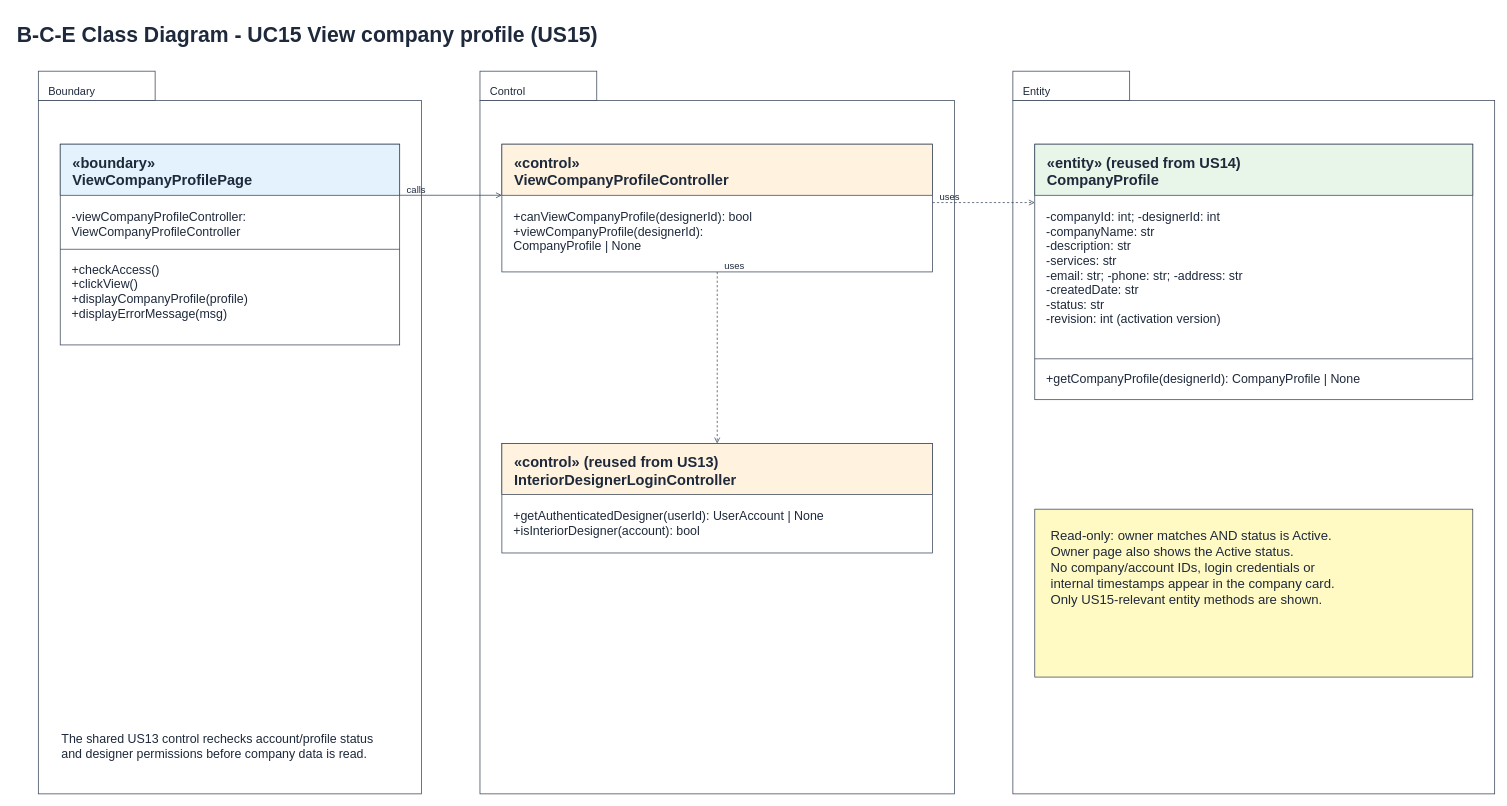
The draw.io diagram page "5 BCE Class Diagram" (6 of 7) of Sprint_2/US15 - View Company Profile/US15 View company profile.drawio in Hanzxc/CSIT314-ARCHSS, before the edit. Source tidied: cells renumbered, new cells numbered last; positions are measured from the earlier drawing's top-left corner, leaving out a move shared by most shapes. Both pictures are drawn from the tidied source at 73%, with x=0, y=0 at pixel (15, 16).
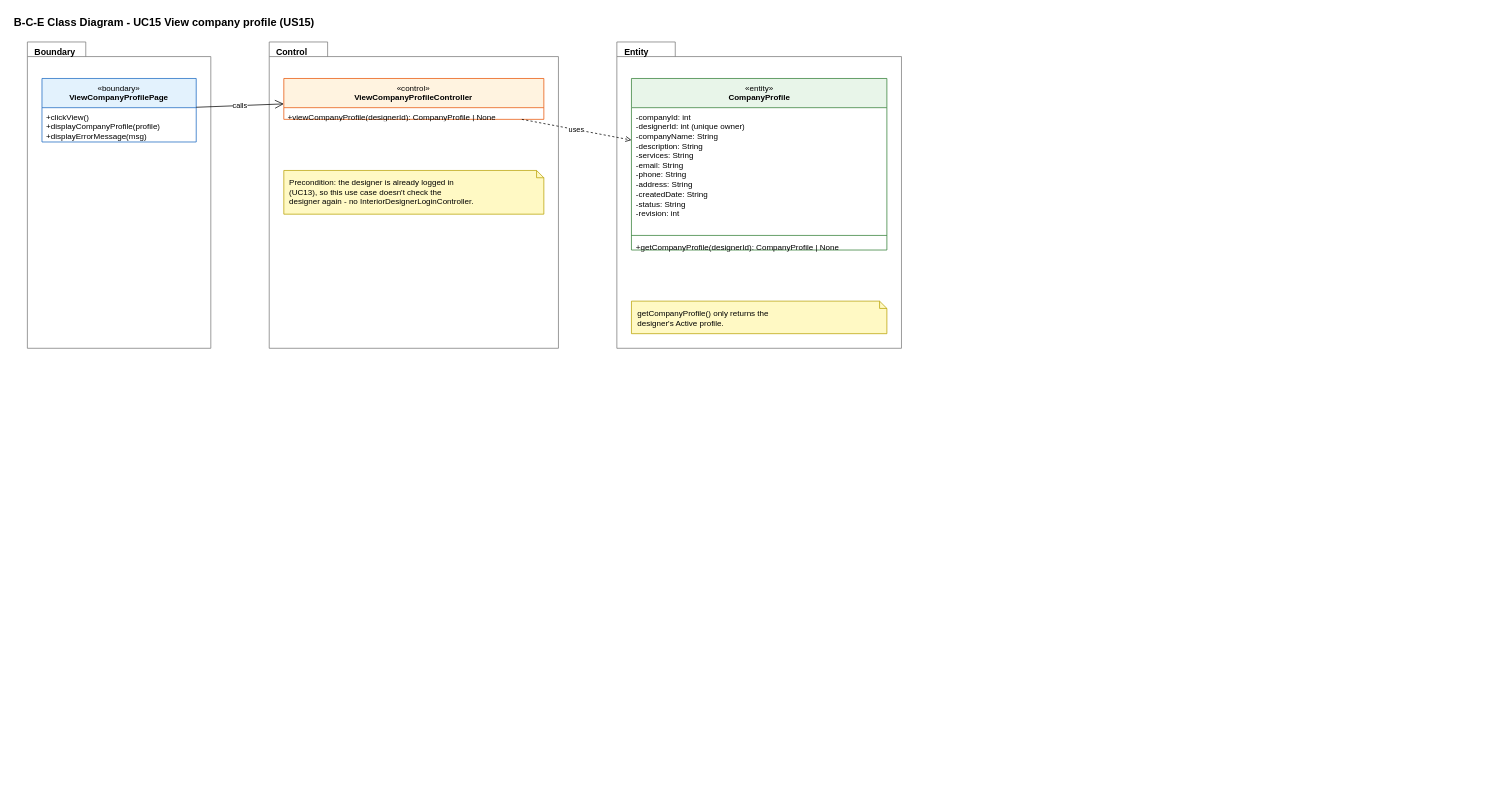
The same page after the edit.

What changed in the source:
```diff
@@
-<mxGraphModel>
+<mxGraphModel background="#FFFFFF">
@@
-    <mxCell id="2" value="B-C-E Class Diagram - UC15 View company profile (US15)" style="text;html=0;align=left;verticalAlign=top;fontSize=29;fontStyle=1;fontColor=#1e293b;" parent="1" vertex="1">
-      <mxGeometry width="900" height="36" as="geometry" />
+    <mxCell id="2" value="&lt;b&gt;B-C-E Class Diagram - UC15 View company profile (US15)&lt;/b&gt;" style="text;html=1;strokeColor=none;fillColor=none;align=left;verticalAlign=middle;whiteSpace=nowrap;fontSize=15;fontColor=#000000;" parent="1" vertex="1">
+      <mxGeometry x="-4" y="-5" width="513.3" height="24" as="geometry" />
     </mxCell>
-    <mxCell id="3" style="rounded=0;whiteSpace=wrap;fillColor=#ffffff;strokeColor=#334155;" parent="1" vertex="1">
-      <mxGeometry x="31" y="115" width="525" height="950" as="geometry" />
-    </mxCell>
-    <mxCell id="4" style="rounded=0;whiteSpace=wrap;fillColor=#ffffff;strokeColor=#334155;" parent="1" vertex="1">
-      <mxGeometry x="31" y="75" width="160" height="40" as="geometry" />
-    </mxCell>
-    <mxCell id="5" value="Boundary" style="text;html=0;align=left;verticalAlign=top;fontSize=15;fontStyle=0;fontColor=#1e293b;" parent="1" vertex="1">
-      <mxGeometry x="43" y="87" width="136" height="22" as="geometry" />
+    <mxCell id="5" value="&lt;b&gt;Boundary&lt;/b&gt;" style="shape=folder;tabWidth=80;tabHeight=20;tabPosition=left;html=1;verticalAlign=top;align=left;spacingLeft=8;spacingTop=0;fillColor=none;fontSize=12;strokeColor=#777777;fontColor=#000000;" parent="1" vertex="1">
+      <mxGeometry x="16" y="35" width="251.3" height="419.6" as="geometry" />
     </mxCell>
-    <mxCell id="6" style="rounded=0;whiteSpace=wrap;fillColor=#ffffff;strokeColor=#334155;" parent="1" vertex="1">
-      <mxGeometry x="636" y="115" width="650" height="950" as="geometry" />
-    </mxCell>
-    <mxCell id="7" style="rounded=0;whiteSpace=wrap;fillColor=#ffffff;strokeColor=#334155;" parent="1" vertex="1">
-      <mxGeometry x="636" y="75" width="160" height="40" as="geometry" />
-    </mxCell>
+    <mxCell id="14" value="«boundary»&lt;br&gt;&lt;b&gt;ViewCompanyProfilePage&lt;/b&gt;" style="swimlane;fontStyle=0;align=center;verticalAlign=top;horizontal=1;startSize=40;html=1;whiteSpace=wrap;fontSize=11;fillColor=#E3F2FD;strokeColor=#1565C0;swimlaneFillColor=#FFFFFF;fontColor=#000000;" parent="1" vertex="1">
+      <mxGeometry x="36" y="85" width="211.3" height="87" as="geometry" />
+    </mxCell>
+    <mxCell id="41" value="+clickView()&lt;br&gt;+displayCompanyProfile(profile)&lt;br&gt;+displayErrorMessage(msg)" style="text;strokeColor=none;fillColor=none;align=left;verticalAlign=top;spacingLeft=4;spacingRight=4;overflow=hidden;whiteSpace=nowrap;html=1;fontSize=11;fontColor=#000000;" parent="14" vertex="1">
+      <mxGeometry y="40" width="211.3" height="47" as="geometry" />
+    </mxCell>
-    <mxCell id="8" value="Control" style="text;html=0;align=left;verticalAlign=top;fontSize=15;fontStyle=0;fontColor=#1e293b;" parent="1" vertex="1">
-      <mxGeometry x="648" y="87" width="136" height="22" as="geometry" />
+    <mxCell id="8" value="&lt;b&gt;Control&lt;/b&gt;" style="shape=folder;tabWidth=80;tabHeight=20;tabPosition=left;html=1;verticalAlign=top;align=left;spacingLeft=8;spacingTop=0;fillColor=none;fontSize=12;strokeColor=#777777;fontColor=#000000;" parent="1" vertex="1">
+      <mxGeometry x="347.3" y="35" width="396.2" height="419.6" as="geometry" />
     </mxCell>
-    <mxCell id="9" style="rounded=0;whiteSpace=wrap;fillColor=#ffffff;strokeColor=#334155;" parent="1" vertex="1">
-      <mxGeometry x="1366" y="115" width="660" height="950" as="geometry" />
-    </mxCell>
-    <mxCell id="10" style="rounded=0;whiteSpace=wrap;fillColor=#ffffff;strokeColor=#334155;" parent="1" vertex="1">
-      <mxGeometry x="1366" y="75" width="160" height="40" as="geometry" />
-    </mxCell>
+    <mxCell id="20" value="«control»&lt;br&gt;&lt;b&gt;ViewCompanyProfileController&lt;/b&gt;" style="swimlane;fontStyle=0;align=center;verticalAlign=top;horizontal=1;startSize=40;html=1;whiteSpace=wrap;fontSize=11;fillColor=#FFF3E0;strokeColor=#E65100;swimlaneFillColor=#FFFFFF;fontColor=#000000;" parent="1" vertex="1">
+      <mxGeometry x="367.3" y="85" width="356.2" height="56" as="geometry" />
+    </mxCell>
+    <mxCell id="42" value="+viewCompanyProfile(designerId): CompanyProfile | None" style="text;strokeColor=none;fillColor=none;align=left;verticalAlign=top;spacingLeft=4;spacingRight=4;overflow=hidden;whiteSpace=nowrap;html=1;fontSize=11;fontColor=#000000;" parent="20" vertex="1">
+      <mxGeometry y="40" width="356.2" height="16" as="geometry" />
+    </mxCell>
+    <mxCell id="43" value="Precondition: the designer is already logged in&lt;br&gt;(UC13), so this use case doesn't check the&lt;br&gt;designer again - no InteriorDesignerLoginController." style="shape=note;whiteSpace=wrap;html=1;size=10;fillColor=#FFF9C4;strokeColor=#B8A100;align=left;verticalAlign=top;spacingLeft=6;spacingRight=4;spacingTop=4;fontSize=11;fontColor=#000000;" parent="1" vertex="1">
+      <mxGeometry x="367.3" y="211" width="356.2" height="59.9" as="geometry" />
+    </mxCell>
-    <mxCell id="11" value="Entity" style="text;html=0;align=left;verticalAlign=top;fontSize=15;fontStyle=0;fontColor=#1e293b;" parent="1" vertex="1">
-      <mxGeometry x="1378" y="87" width="136" height="22" as="geometry" />
+    <mxCell id="11" value="&lt;b&gt;Entity&lt;/b&gt;" style="shape=folder;tabWidth=80;tabHeight=20;tabPosition=left;html=1;verticalAlign=top;align=left;spacingLeft=8;spacingTop=0;fillColor=none;fontSize=12;strokeColor=#777777;fontColor=#000000;" parent="1" vertex="1">
+      <mxGeometry x="823.5" y="35" width="389.9" height="419.6" as="geometry" />
     </mxCell>
-    <mxCell id="12" style="rounded=0;whiteSpace=wrap;fillColor=#ffffff;strokeColor=#334155;" parent="1" vertex="1">
-      <mxGeometry x="61" y="175" width="465" height="275" as="geometry" />
-    </mxCell>
-    <mxCell id="13" style="rounded=0;whiteSpace=wrap;fillColor=#e3f2fd;strokeColor=#334155;" parent="1" vertex="1">
-      <mxGeometry x="61" y="175" width="465" height="70" as="geometry" />
-    </mxCell>
-    <mxCell id="14" value="«boundary»&#10;ViewCompanyProfilePage" style="text;html=0;align=left;verticalAlign=top;fontSize=20;fontStyle=1;fontColor=#1e293b;" parent="1" vertex="1">
-      <mxGeometry x="76" y="182" width="435" height="54" as="geometry" />
-    </mxCell>
-    <mxCell id="15" value="-viewCompanyProfileController:&#10; ViewCompanyProfileController" style="text;html=0;align=left;verticalAlign=top;fontSize=17;fontStyle=0;fontColor=#1e293b;" parent="1" vertex="1">
-      <mxGeometry x="75" y="258" width="437" height="48" as="geometry" />
-    </mxCell>
-    <mxCell id="16" style="endArrow=none;html=0;dashed=0;strokeColor=#334155;" parent="1" edge="1">
-      <mxGeometry relative="1" as="geometry">
-        <mxPoint x="61" y="319" as="sourcePoint" />
-        <mxPoint x="526" y="319" as="targetPoint" />
-      </mxGeometry>
-    </mxCell>
-    <mxCell id="17" value="+checkAccess()&#10;+clickView()&#10;+displayCompanyProfile(profile)&#10;+displayErrorMessage(msg)" style="text;html=0;align=left;verticalAlign=top;fontSize=17;fontStyle=0;fontColor=#1e293b;" parent="1" vertex="1">
-      <mxGeometry x="75" y="330" width="437" height="96" as="geometry" />
-    </mxCell>
-    <mxCell id="18" style="rounded=0;whiteSpace=wrap;fillColor=#ffffff;strokeColor=#334155;" parent="1" vertex="1">
-      <mxGeometry x="666" y="175" width="590" height="175" as="geometry" />
-    </mxCell>
-    <mxCell id="19" style="rounded=0;whiteSpace=wrap;fillColor=#fff3e0;strokeColor=#334155;" parent="1" vertex="1">
-      <mxGeometry x="666" y="175" width="590" height="70" as="geometry" />
-    </mxCell>
-    <mxCell id="20" value="«control»&#10;ViewCompanyProfileController" style="text;html=0;align=left;verticalAlign=top;fontSize=20;fontStyle=1;fontColor=#1e293b;" parent="1" vertex="1">
-      <mxGeometry x="681" y="182" width="560" height="54" as="geometry" />
-    </mxCell>
-    <mxCell id="21" value="+canViewCompanyProfile(designerId): bool&#10;+viewCompanyProfile(designerId):&#10; CompanyProfile | None" style="text;html=0;align=left;verticalAlign=top;fontSize=17;fontStyle=0;fontColor=#1e293b;" parent="1" vertex="1">
-      <mxGeometry x="680" y="258" width="562" height="72" as="geometry" />
-    </mxCell>
-    <mxCell id="22" style="rounded=0;whiteSpace=wrap;fillColor=#ffffff;strokeColor=#334155;" parent="1" vertex="1">
-      <mxGeometry x="666" y="585" width="590" height="150" as="geometry" />
-    </mxCell>
-    <mxCell id="23" style="rounded=0;whiteSpace=wrap;fillColor=#fff3e0;strokeColor=#334155;" parent="1" vertex="1">
-      <mxGeometry x="666" y="585" width="590" height="70" as="geometry" />
-    </mxCell>
-    <mxCell id="24" value="«control» (reused from US13)&#10;InteriorDesignerLoginController" style="text;html=0;align=left;verticalAlign=top;fontSize=20;fontStyle=1;fontColor=#1e293b;" parent="1" vertex="1">
-      <mxGeometry x="681" y="592" width="560" height="54" as="geometry" />
-    </mxCell>
-    <mxCell id="25" value="+getAuthenticatedDesigner(userId): UserAccount | None&#10;+isInteriorDesigner(account): bool" style="text;html=0;align=left;verticalAlign=top;fontSize=17;fontStyle=0;fontColor=#1e293b;" parent="1" vertex="1">
-      <mxGeometry x="680" y="668" width="562" height="48" as="geometry" />
-    </mxCell>
-    <mxCell id="26" style="rounded=0;whiteSpace=wrap;fillColor=#ffffff;strokeColor=#334155;" parent="1" vertex="1">
-      <mxGeometry x="1396" y="175" width="600" height="350" as="geometry" />
-    </mxCell>
-    <mxCell id="27" style="rounded=0;whiteSpace=wrap;fillColor=#e8f5e9;strokeColor=#334155;" parent="1" vertex="1">
-      <mxGeometry x="1396" y="175" width="600" height="70" as="geometry" />
-    </mxCell>
-    <mxCell id="28" value="«entity» (reused from US14)&#10;CompanyProfile" style="text;html=0;align=left;verticalAlign=top;fontSize=20;fontStyle=1;fontColor=#1e293b;" parent="1" vertex="1">
-      <mxGeometry x="1411" y="182" width="570" height="54" as="geometry" />
-    </mxCell>
-    <mxCell id="29" value="-companyId: int; -designerId: int&#10;-companyName: str&#10;-description: str&#10;-services: str&#10;-email: str; -phone: str; -address: str&#10;-createdDate: str&#10;-status: str&#10;-revision: int (activation version)" style="text;html=0;align=left;verticalAlign=top;fontSize=17;fontStyle=0;fontColor=#1e293b;" parent="1" vertex="1">
-      <mxGeometry x="1410" y="258" width="572" height="192" as="geometry" />
-    </mxCell>
-    <mxCell id="30" style="endArrow=none;html=0;dashed=0;strokeColor=#334155;" parent="1" edge="1">
-      <mxGeometry relative="1" as="geometry">
-        <mxPoint x="1396" y="469" as="sourcePoint" />
-        <mxPoint x="1996" y="469" as="targetPoint" />
-      </mxGeometry>
-    </mxCell>
+    <mxCell id="44" value="«entity»&lt;br&gt;&lt;b&gt;CompanyProfile&lt;/b&gt;" style="swimlane;fontStyle=0;align=center;verticalAlign=top;horizontal=1;startSize=40;html=1;whiteSpace=wrap;fontSize=11;fillColor=#E8F5E9;strokeColor=#2E7D32;swimlaneFillColor=#FFFFFF;fontColor=#000000;" parent="1" vertex="1">
+      <mxGeometry x="843.5" y="85" width="349.9" height="235" as="geometry" />
+    </mxCell>
+    <mxCell id="45" value="-companyId: int&lt;br&gt;-designerId: int (unique owner)&lt;br&gt;-companyName: String&lt;br&gt;-description: String&lt;br&gt;-services: String&lt;br&gt;-email: String&lt;br&gt;-phone: String&lt;br&gt;-address: String&lt;br&gt;-createdDate: String&lt;br&gt;-status: String&lt;br&gt;-revision: int" style="text;strokeColor=none;fillColor=none;align=left;verticalAlign=top;spacingLeft=4;spacingRight=4;overflow=hidden;whiteSpace=nowrap;html=1;fontSize=11;fontColor=#000000;" parent="44" vertex="1">
+      <mxGeometry y="40" width="349.9" height="171" as="geometry" />
+    </mxCell>
+    <mxCell id="46" style="line;strokeWidth=1;fillColor=none;align=left;verticalAlign=middle;spacingTop=-1;spacingLeft=3;spacingRight=3;labelPosition=right;strokeColor=#2E7D32;fontColor=#000000;" parent="44" vertex="1">
+      <mxGeometry y="211" width="349.9" height="8" as="geometry" />
+    </mxCell>
-    <mxCell id="31" value="+getCompanyProfile(designerId): CompanyProfile | None" style="text;html=0;align=left;verticalAlign=top;fontSize=17;fontStyle=0;fontColor=#1e293b;" parent="1" vertex="1">
-      <mxGeometry x="1410" y="480" width="572" height="24" as="geometry" />
+    <mxCell id="31" value="+getCompanyProfile(designerId): CompanyProfile | None" style="text;strokeColor=none;fillColor=none;align=left;verticalAlign=top;spacingLeft=4;spacingRight=4;overflow=hidden;whiteSpace=nowrap;html=1;fontSize=11;fontColor=#000000;" parent="44" vertex="1">
+      <mxGeometry y="219" width="349.9" height="16" as="geometry" />
     </mxCell>
-    <mxCell id="32" style="endArrow=open;html=0;dashed=0;strokeColor=#334155;" parent="1" edge="1">
-      <mxGeometry relative="1" as="geometry">
-        <mxPoint x="526" y="245" as="sourcePoint" />
-        <mxPoint x="666" y="245" as="targetPoint" />
-      </mxGeometry>
-    </mxCell>
+    <mxCell id="47" value="getCompanyProfile() only returns the&lt;br&gt;designer's Active profile." style="shape=note;whiteSpace=wrap;html=1;size=10;fillColor=#FFF9C4;strokeColor=#B8A100;align=left;verticalAlign=top;spacingLeft=6;spacingRight=4;spacingTop=4;fontSize=11;fontColor=#000000;" parent="1" vertex="1">
+      <mxGeometry x="843.5" y="390" width="349.9" height="44.6" as="geometry" />
+    </mxCell>
-    <mxCell id="33" value="calls" style="text;html=0;align=left;verticalAlign=top;fontSize=13;fontStyle=0;fontColor=#1e293b;" parent="1" vertex="1">
-      <mxGeometry x="534" y="223" width="240" height="20" as="geometry" />
+    <mxCell id="33" value="calls" style="endArrow=open;endFill=0;endSize=10;html=1;rounded=0;fontSize=10;fontColor=#000000;strokeColor=#000000;labelBackgroundColor=#FFFFFF;" parent="1" edge="1" source="14" target="20">
+      <mxGeometry relative="1" as="geometry" />
     </mxCell>
-    <mxCell id="34" style="endArrow=open;html=0;dashed=1;strokeColor=#334155;" parent="1" edge="1">
-      <mxGeometry relative="1" as="geometry">
-        <mxPoint x="1256" y="255" as="sourcePoint" />
-        <mxPoint x="1396" y="255" as="targetPoint" />
-      </mxGeometry>
-    </mxCell>
-    <mxCell id="35" value="uses" style="text;html=0;align=left;verticalAlign=top;fontSize=13;fontStyle=0;fontColor=#1e293b;" parent="1" vertex="1">
-      <mxGeometry x="1264" y="233" width="240" height="20" as="geometry" />
-    </mxCell>
-    <mxCell id="36" style="endArrow=open;html=0;dashed=1;strokeColor=#334155;" parent="1" edge="1">
-      <mxGeometry relative="1" as="geometry">
-        <mxPoint x="961" y="350" as="sourcePoint" />
-        <mxPoint x="961" y="585" as="targetPoint" />
-      </mxGeometry>
-    </mxCell>
-    <mxCell id="37" value="uses" style="text;html=0;align=left;verticalAlign=top;fontSize=13;fontStyle=0;fontColor=#1e293b;" parent="1" vertex="1">
-      <mxGeometry x="969" y="328" width="100" height="20" as="geometry" />
-    </mxCell>
-    <mxCell id="38" style="rounded=0;whiteSpace=wrap;fillColor=#fff9c4;strokeColor=#334155;" parent="1" vertex="1">
-      <mxGeometry x="1396" y="675" width="600" height="230" as="geometry" />
-    </mxCell>
-    <mxCell id="39" value="Read-only: owner matches AND status is Active.&#10;Owner page also shows the Active status.&#10;No company/account IDs, login credentials or&#10;internal timestamps appear in the company card.&#10;Only US15-relevant entity methods are shown." style="text;html=0;align=left;verticalAlign=top;fontSize=18;fontStyle=0;fontColor=#1e293b;" parent="1" vertex="1">
-      <mxGeometry x="1416" y="694" width="560" height="125" as="geometry" />
-    </mxCell>
-    <mxCell id="40" value="The shared US13 control rechecks account/profile status&#10;and designer permissions before company data is read." style="text;html=0;align=left;verticalAlign=top;fontSize=17;fontStyle=0;fontColor=#1e293b;" parent="1" vertex="1">
-      <mxGeometry x="61" y="973" width="650" height="48" as="geometry" />
-    </mxCell>
+    <mxCell id="48" value="uses" style="endArrow=open;endFill=0;dashed=1;html=1;rounded=0;fontSize=10;fontColor=#000000;strokeColor=#000000;labelBackgroundColor=#FFFFFF;" parent="1" edge="1" source="20" target="44">
+      <mxGeometry relative="1" as="geometry" />
+    </mxCell>
```
